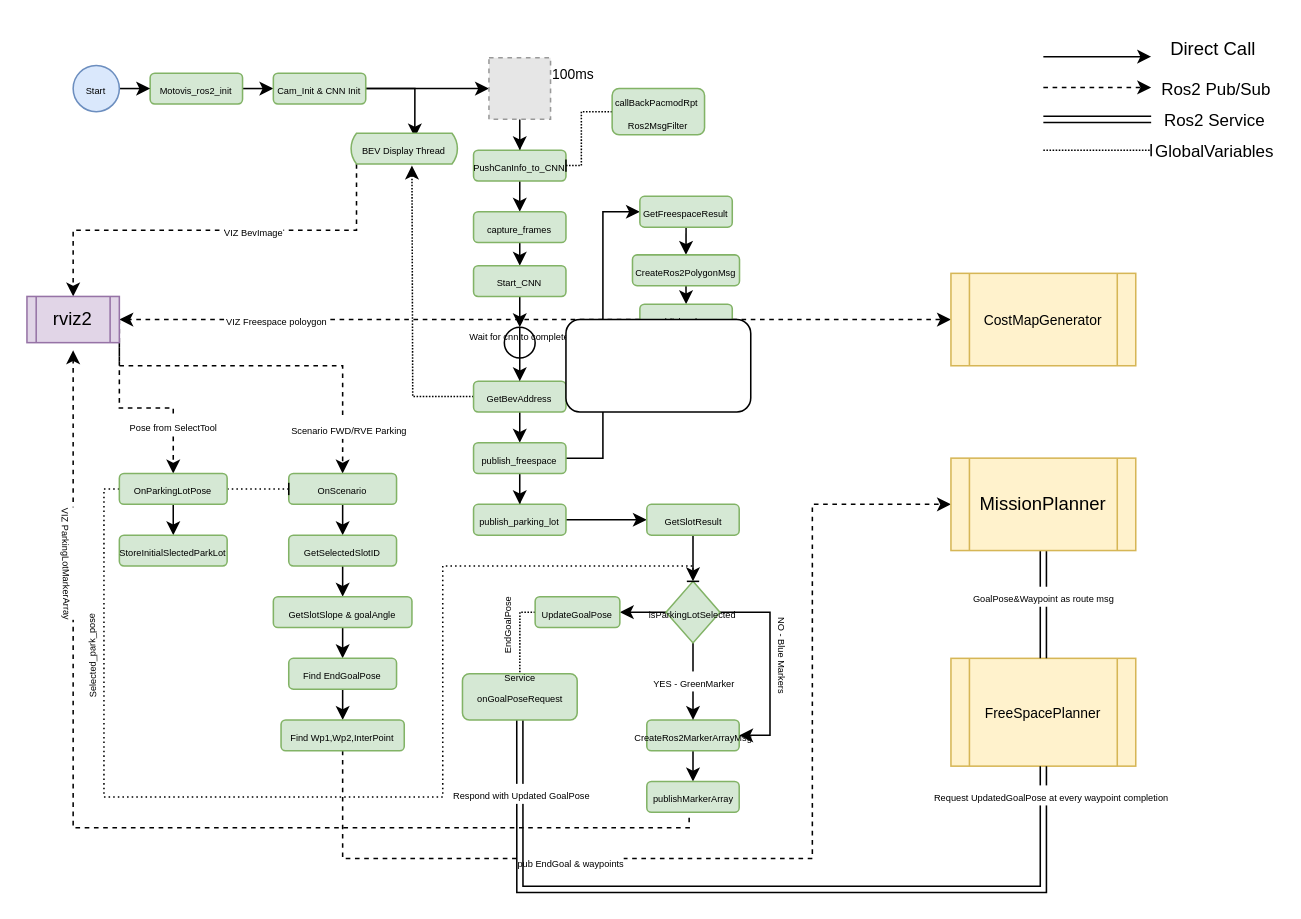
Earlier version of the draw.io diagram motovis_interface_flow.drawio (Narendarselva/autoware_docs). Source tidied: cells renumbered, new cells numbered last; positions are measured from the earlier drawing's top-left corner, leaving out a move shared by most shapes. Both pictures are drawn from the tidied source at 154%, with x=0, y=0 at pixel (26, 26). Pictures stored in the file or linked from it are replaced by grey dashed boxes.
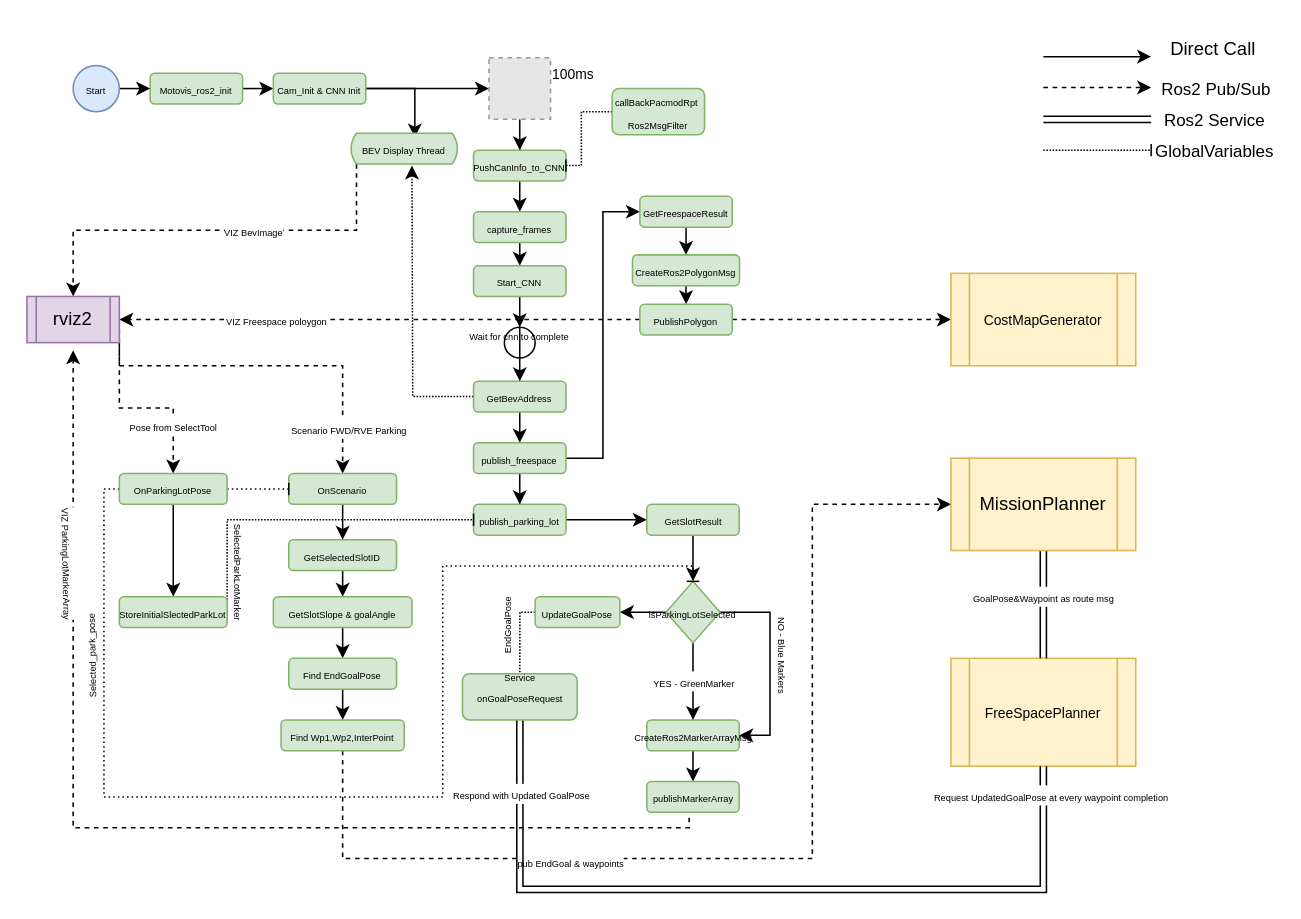
Above is the later version.

Unchanged cells that the change refers to:
```xml
<mxCell id="40" value="&lt;font style=&quot;font-size: 6px;&quot;&gt;publish_parking_lot&lt;/font&gt;" style="rounded=1;whiteSpace=wrap;html=1;fillColor=#d5e8d4;strokeColor=#82b366;" parent="1" vertex="1">
  <mxGeometry x="290" y="310" width="60" height="20" as="geometry" />
</mxCell>
```

Change to the diagram source:
```diff
@@
     <mxCell id="62" value="&lt;font style=&quot;font-size: 6px;&quot;&gt;GetSelectedSlotID&lt;/font&gt;" style="rounded=1;whiteSpace=wrap;html=1;fillColor=#d5e8d4;strokeColor=#82b366;" parent="1" vertex="1">
-      <mxGeometry x="170" y="330" width="70" height="20" as="geometry" />
+      <mxGeometry x="170" y="333" width="70" height="20" as="geometry" />
     </mxCell>
@@
-    <mxCell id="94" style="rounded=1;whiteSpace=wrap;html=1;" parent="1" vertex="1">
-      <mxGeometry x="350" y="190" width="120" height="60" as="geometry" />
-    </mxCell>
@@
+    <mxCell id="98" style="edgeStyle=orthogonalEdgeStyle;rounded=0;jettySize=auto;html=1;exitX=1;exitY=0.5;exitDx=0;exitDy=0;dashed=1;dashPattern=1 1;endArrow=baseDash;endFill=0;" parent="1" edge="1" source="97" target="40">
+      <mxGeometry relative="1" as="geometry">
+        <Array as="points">
+          <mxPoint x="130" y="320" />
+        </Array>
+      </mxGeometry>
+    </mxCell>
+    <mxCell id="99" value="&lt;font style=&quot;font-size: 6px;&quot;&gt;SelectedParkLotMarker&lt;/font&gt;" style="edgeLabel;html=1;align=center;verticalAlign=middle;rotation=90;" parent="98" vertex="1">
+      <mxGeometry x="-0.65" relative="1" as="geometry">
+        <mxPoint x="10" y="12" as="offset" />
+      </mxGeometry>
+    </mxCell>
     <mxCell id="97" value="&lt;font style=&quot;font-size: 6px;&quot;&gt;StoreInitialSlectedParkLot&lt;/font&gt;" style="rounded=1;whiteSpace=wrap;html=1;fillColor=#d5e8d4;strokeColor=#82b366;" parent="1" vertex="1">
-      <mxGeometry x="60" y="330" width="70" height="20" as="geometry" />
+      <mxGeometry x="60" y="370" width="70" height="20" as="geometry" />
     </mxCell>
```
